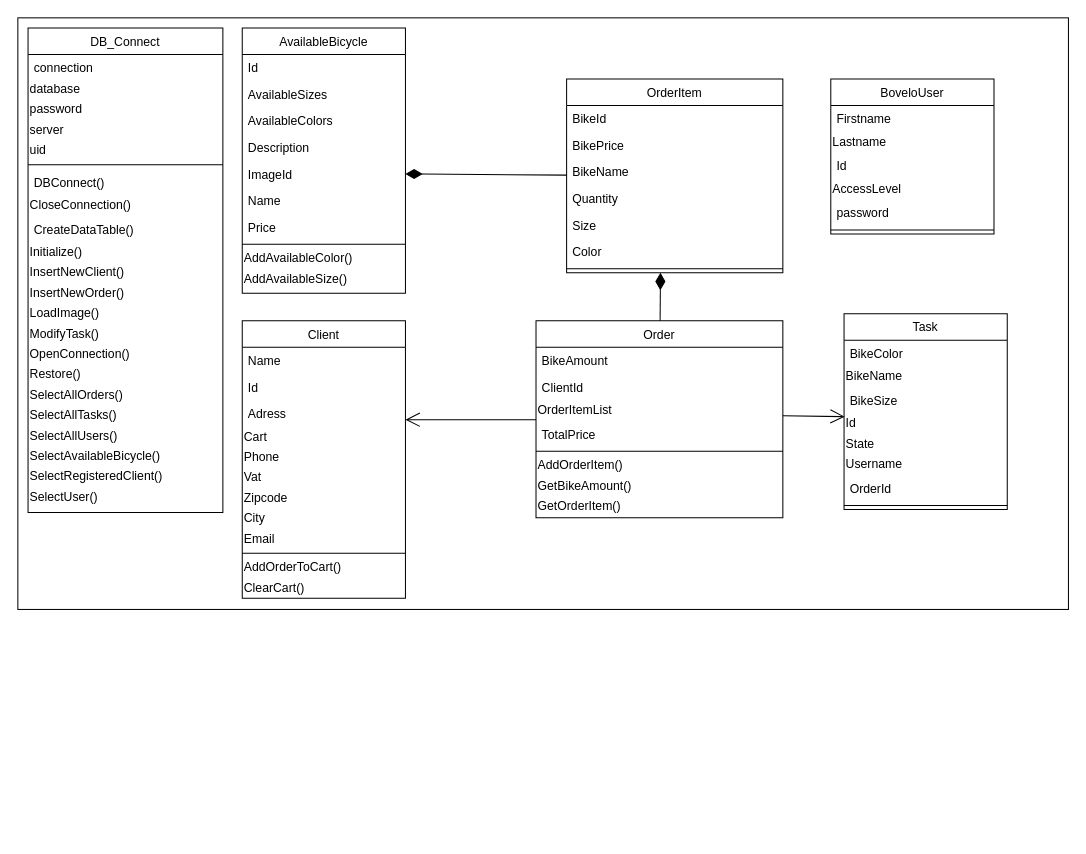
Before: Diagrams/Second_Iteration/Class_Diagram_Bovelo.drawio in 20325-ecam/Projet_Bovelo, a draw.io diagram. Source tidied: cells renumbered, new cells numbered last; positions are measured from the earlier drawing's top-left corner, leaving out a move shared by most shapes. Both pictures are drawn from the tidied source at 102%, with x=0, y=0 at pixel (17, 17).
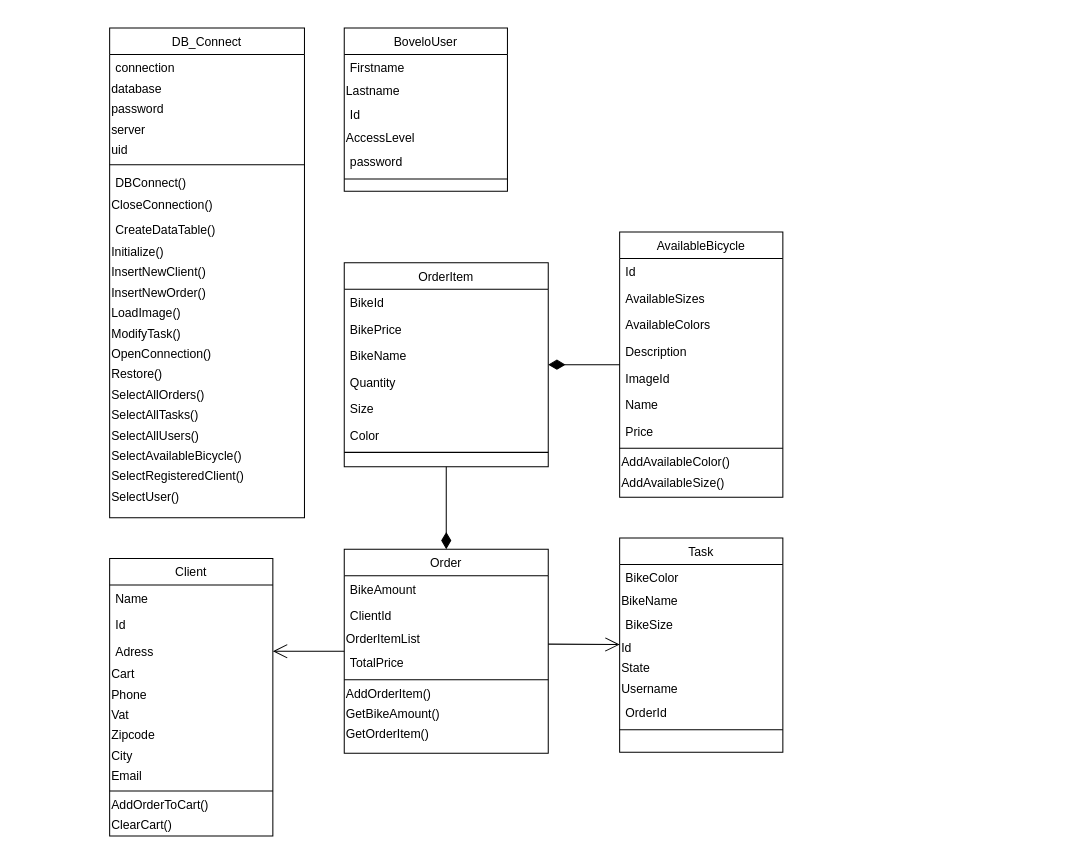
The same diagram, later.

Commit message (it also covers changes not shown here):
edited some diagrams to compact them

The change refers to these unchanged cells:
```xml
<mxCell id="17" value="Adress" style="text;align=left;verticalAlign=top;spacingLeft=4;spacingRight=4;overflow=hidden;points=[[0,0.5],[1,0.5]];portConstraint=eastwest;rounded=0;shadow=0;html=0;" parent="14" vertex="1">
  <mxGeometry y="78" width="160" height="26" as="geometry" />
</mxCell>
<mxCell id="79" value="BikeSize" style="text;align=left;verticalAlign=top;spacingLeft=4;spacingRight=4;overflow=hidden;points=[[0,0.5],[1,0.5]];portConstraint=eastwest;rounded=0;shadow=0;html=0;" parent="76" vertex="1">
  <mxGeometry y="72" width="160" height="26" as="geometry" />
</mxCell>
```

Change to the diagram source:
```diff
@@
-    <mxCell id="2" style="rounded=0;whiteSpace=wrap;html=1;" parent="1" vertex="1">
-      <mxGeometry width="1030" height="580" as="geometry" />
-    </mxCell>
     <mxCell id="3" value="AvailableBicycle" style="swimlane;fontStyle=0;align=center;verticalAlign=top;horizontal=1;startSize=26;rounded=0;shadow=0;strokeWidth=1;" parent="1" vertex="1">
-      <mxGeometry x="220" y="10" width="160" height="260" as="geometry" />
+      <mxGeometry x="590" y="210" width="160" height="260" as="geometry" />
     </mxCell>
@@
     <mxCell id="14" value="Client" style="swimlane;fontStyle=0;align=center;verticalAlign=top;horizontal=1;startSize=26;rounded=0;shadow=0;strokeWidth=1;" parent="1" vertex="1">
-      <mxGeometry x="220" y="297" width="160" height="272" as="geometry" />
+      <mxGeometry x="90" y="530" width="160" height="272" as="geometry" />
     </mxCell>
@@
     <mxCell id="27" value="OrderItem" style="swimlane;fontStyle=0;align=center;verticalAlign=top;horizontal=1;startSize=26;rounded=0;shadow=0;strokeWidth=1;" parent="1" vertex="1">
-      <mxGeometry x="538" y="60" width="212" height="190" as="geometry" />
+      <mxGeometry x="320" y="240" width="200" height="200" as="geometry" />
     </mxCell>
     <mxCell id="28" value="BikeId" style="text;align=left;verticalAlign=top;spacingLeft=4;spacingRight=4;overflow=hidden;rounded=0;shadow=0;html=0;" parent="27" vertex="1">
-      <mxGeometry y="26" width="212" height="26" as="geometry" />
+      <mxGeometry y="26" width="200" height="26" as="geometry" />
     </mxCell>
     <mxCell id="29" value="BikePrice" style="text;align=left;verticalAlign=top;spacingLeft=4;spacingRight=4;overflow=hidden;rounded=0;shadow=0;html=0;" parent="27" vertex="1">
-      <mxGeometry y="52" width="212" height="26" as="geometry" />
+      <mxGeometry y="52" width="200" height="26" as="geometry" />
     </mxCell>
     <mxCell id="30" value="BikeName" style="text;align=left;verticalAlign=top;spacingLeft=4;spacingRight=4;overflow=hidden;rounded=0;shadow=0;html=0;" parent="27" vertex="1">
-      <mxGeometry y="78" width="212" height="26" as="geometry" />
+      <mxGeometry y="78" width="200" height="26" as="geometry" />
     </mxCell>
     <mxCell id="31" value="Quantity" style="text;align=left;verticalAlign=top;spacingLeft=4;spacingRight=4;overflow=hidden;" parent="27" vertex="1">
-      <mxGeometry y="104" width="212" height="26" as="geometry" />
+      <mxGeometry y="104" width="200" height="26" as="geometry" />
     </mxCell>
     <mxCell id="32" value="Size" style="text;align=left;verticalAlign=top;spacingLeft=4;spacingRight=4;overflow=hidden;rounded=0;shadow=0;html=0;" parent="27" vertex="1">
-      <mxGeometry y="130" width="212" height="26" as="geometry" />
+      <mxGeometry y="130" width="200" height="26" as="geometry" />
     </mxCell>
     <mxCell id="33" value="Color" style="text;align=left;verticalAlign=top;spacingLeft=4;spacingRight=4;overflow=hidden;rounded=0;shadow=0;html=0;" parent="27" vertex="1">
-      <mxGeometry y="156" width="212" height="26" as="geometry" />
+      <mxGeometry y="156" width="200" height="26" as="geometry" />
     </mxCell>
     <mxCell id="34" style="line;html=1;strokeWidth=1;align=left;verticalAlign=middle;spacingTop=-1;spacingLeft=3;spacingRight=3;labelPosition=right;" parent="27" vertex="1">
-      <mxGeometry y="182" width="212" height="8" as="geometry" />
+      <mxGeometry y="182" width="200" height="8" as="geometry" />
     </mxCell>
     <mxCell id="35" value="Order" style="swimlane;fontStyle=0;align=center;verticalAlign=top;horizontal=1;startSize=26;rounded=0;shadow=0;strokeWidth=1;" parent="1" vertex="1">
-      <mxGeometry x="508" y="297" width="242" height="193" as="geometry" />
+      <mxGeometry x="320" y="521" width="200" height="200" as="geometry" />
     </mxCell>
     <mxCell id="36" value="BikeAmount" style="text;align=left;verticalAlign=top;spacingLeft=4;spacingRight=4;overflow=hidden;rounded=0;shadow=0;html=0;" parent="35" vertex="1">
-      <mxGeometry y="26" width="242" height="26" as="geometry" />
+      <mxGeometry y="26" width="200" height="26" as="geometry" />
     </mxCell>
     <mxCell id="37" value="ClientId" style="text;align=left;verticalAlign=top;spacingLeft=4;spacingRight=4;overflow=hidden;rounded=0;shadow=0;html=0;" parent="35" vertex="1">
-      <mxGeometry y="52" width="242" height="26" as="geometry" />
+      <mxGeometry y="52" width="200" height="26" as="geometry" />
     </mxCell>
     <mxCell id="38" value="OrderItemList" style="text;html=1;strokeColor=none;fillColor=none;align=left;verticalAlign=middle;whiteSpace=wrap;rounded=0;" parent="35" vertex="1">
-      <mxGeometry y="78" width="242" height="20" as="geometry" />
+      <mxGeometry y="78" width="200" height="20" as="geometry" />
     </mxCell>
     <mxCell id="39" value="TotalPrice" style="text;align=left;verticalAlign=top;spacingLeft=4;spacingRight=4;overflow=hidden;rounded=0;shadow=0;html=0;" parent="35" vertex="1">
-      <mxGeometry y="98" width="242" height="26" as="geometry" />
+      <mxGeometry y="98" width="200" height="26" as="geometry" />
     </mxCell>
     <mxCell id="40" style="line;html=1;strokeWidth=1;align=left;verticalAlign=middle;spacingTop=-1;spacingLeft=3;spacingRight=3;labelPosition=right;" parent="35" vertex="1">
-      <mxGeometry y="124" width="242" height="8" as="geometry" />
+      <mxGeometry y="124" width="200" height="8" as="geometry" />
     </mxCell>
     <mxCell id="41" value="AddOrderItem()" style="text;html=1;strokeColor=none;fillColor=none;align=left;verticalAlign=middle;whiteSpace=wrap;rounded=0;" parent="35" vertex="1">
-      <mxGeometry y="132" width="242" height="20" as="geometry" />
+      <mxGeometry y="132" width="200" height="20" as="geometry" />
     </mxCell>
     <mxCell id="42" value="GetBikeAmount()" style="text;html=1;strokeColor=none;fillColor=none;align=left;verticalAlign=middle;whiteSpace=wrap;rounded=0;" parent="35" vertex="1">
-      <mxGeometry y="152" width="242" height="20" as="geometry" />
+      <mxGeometry y="152" width="200" height="20" as="geometry" />
     </mxCell>
     <mxCell id="43" value="GetOrderItem()" style="text;html=1;strokeColor=none;fillColor=none;align=left;verticalAlign=middle;whiteSpace=wrap;rounded=0;" parent="35" vertex="1">
-      <mxGeometry y="172" width="242" height="20" as="geometry" />
+      <mxGeometry y="172" width="200" height="20" as="geometry" />
     </mxCell>
     <mxCell id="44" value="BoveloUser" style="swimlane;fontStyle=0;align=center;verticalAlign=top;horizontal=1;startSize=26;rounded=0;shadow=0;strokeWidth=1;" parent="1" vertex="1">
-      <mxGeometry x="797" y="60" width="160" height="152" as="geometry" />
+      <mxGeometry x="320" y="10" width="160" height="160" as="geometry" />
     </mxCell>
@@
-    <mxCell id="51" style="endArrow=diamondThin;html=1;startArrow=none;startFill=0;targetPerimeterSpacing=0;sourcePerimeterSpacing=0;strokeWidth=1;startSize=14;endSize=14;endFill=1;" parent="1" edge="1" source="35">
-      <mxGeometry relative="1" as="geometry">
-        <mxPoint x="630" y="250" as="targetPoint" />
-      </mxGeometry>
+    <mxCell id="51" style="endArrow=none;html=1;startArrow=diamondThin;startFill=1;targetPerimeterSpacing=0;sourcePerimeterSpacing=0;strokeWidth=1;startSize=14;endSize=14;endFill=0;entryX=0.5;entryY=1;entryDx=0;entryDy=0;" parent="1" edge="1" source="35" target="27">
+      <mxGeometry relative="1" as="geometry" />
     </mxCell>
     <mxCell id="52" value="DB_Connect" style="swimlane;fontStyle=0;align=center;verticalAlign=top;horizontal=1;startSize=26;rounded=0;shadow=0;strokeWidth=1;" parent="1" vertex="1">
-      <mxGeometry x="10" y="10" width="191" height="475" as="geometry" />
+      <mxGeometry x="90" y="10" width="191" height="480" as="geometry" />
     </mxCell>
@@
-    <mxCell id="75" style="endArrow=none;html=1;strokeWidth=1;startArrow=diamondThin;startFill=1;endFill=0;endSize=9;startSize=14;" parent="1" edge="1" target="27">
-      <mxGeometry relative="1" as="geometry">
-        <mxPoint x="380" y="153" as="sourcePoint" />
-      </mxGeometry>
+    <mxCell id="75" style="endArrow=diamondThin;html=1;strokeWidth=1;startArrow=none;startFill=0;endFill=1;endSize=14;startSize=14;" parent="1" edge="1" source="3" target="27">
+      <mxGeometry relative="1" as="geometry" />
     </mxCell>
     <mxCell id="76" value="Task" style="swimlane;fontStyle=0;align=center;verticalAlign=top;horizontal=1;startSize=26;rounded=0;shadow=0;strokeWidth=1;" parent="1" vertex="1">
-      <mxGeometry x="810" y="290" width="160" height="192" as="geometry" />
+      <mxGeometry x="590" y="510" width="160" height="210" as="geometry" />
     </mxCell>
@@
-    <mxCell id="85" style="endArrow=open;endFill=1;endSize=12;html=1;exitX=1;exitY=0.75;exitDx=0;exitDy=0;entryX=0.004;entryY=1.115;entryDx=0;entryDy=0;entryPerimeter=0;" parent="1" edge="1" source="38" target="79">
+    <mxCell id="85" style="endArrow=open;endFill=1;endSize=12;html=1;exitX=1;exitY=0.75;exitDx=0;exitDy=0;" parent="1" edge="1" source="38" target="76">
       <mxGeometry relative="1" as="geometry" />
     </mxCell>
-    <mxCell id="86" style="endArrow=open;endFill=1;endSize=12;html=1;exitX=1;exitY=0.75;exitDx=0;exitDy=0;entryX=1;entryY=0.73;entryDx=0;entryDy=0;entryPerimeter=0;" parent="1" edge="1" target="17">
-      <mxGeometry relative="1" as="geometry">
-        <mxPoint x="508" y="394" as="sourcePoint" />
-      </mxGeometry>
+    <mxCell id="86" style="endArrow=open;endFill=1;endSize=12;html=1;" parent="1" edge="1" source="35" target="17">
+      <mxGeometry relative="1" as="geometry" />
     </mxCell>
```
